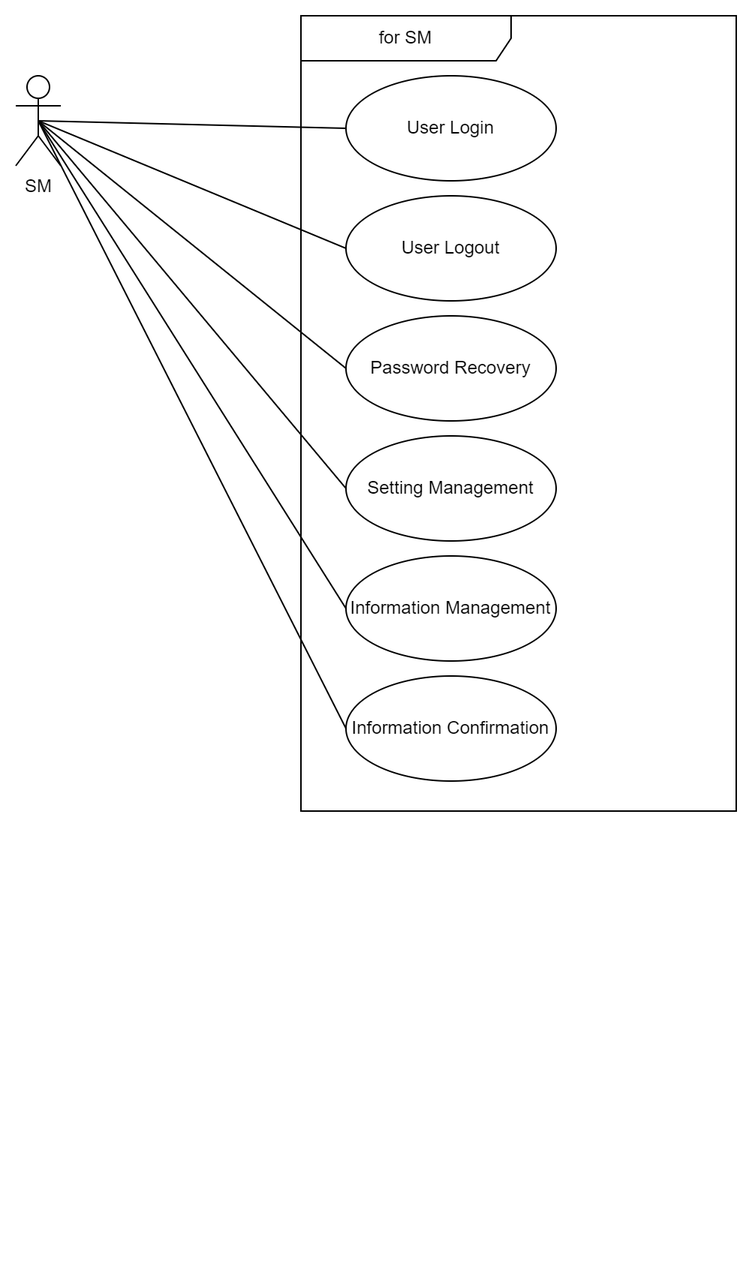
The draw.io diagram Documents/User Stories and Use Cases/image/SM-usecase.drawio.png in reo00ngee/attendance, before a commit. Source tidied: cells renumbered, new cells last; positions are measured from the earlier drawing's top-left corner, leaving out a move shared by most shapes. Source of this version:
```xml
<mxGraphModel>
  <root>
    <mxCell id="0" />
    <mxCell id="1" parent="0" />
    <mxCell id="2" value="SM" style="shape=umlActor;verticalLabelPosition=bottom;verticalAlign=top;html=1;" parent="1" vertex="1">
      <mxGeometry y="40" width="30" height="60" as="geometry" />
    </mxCell>
    <mxCell id="3" value="for SM" style="shape=umlFrame;whiteSpace=wrap;html=1;width=140;height=30;" parent="1" vertex="1">
      <mxGeometry x="190" width="290" height="530" as="geometry" />
    </mxCell>
    <mxCell id="4" value="User Login" style="ellipse;whiteSpace=wrap;html=1;" parent="1" vertex="1">
      <mxGeometry x="220" y="40" width="140" height="70" as="geometry" />
    </mxCell>
    <mxCell id="5" value="User Logout" style="ellipse;whiteSpace=wrap;html=1;" parent="1" vertex="1">
      <mxGeometry x="220" y="120" width="140" height="70" as="geometry" />
    </mxCell>
    <mxCell id="6" value="Password Recovery" style="ellipse;whiteSpace=wrap;html=1;" parent="1" vertex="1">
      <mxGeometry x="220" y="200" width="140" height="70" as="geometry" />
    </mxCell>
    <mxCell id="7" value="Setting Management" style="ellipse;whiteSpace=wrap;html=1;" parent="1" vertex="1">
      <mxGeometry x="220" y="280" width="140" height="70" as="geometry" />
    </mxCell>
    <mxCell id="8" value="Information Management" style="ellipse;whiteSpace=wrap;html=1;" parent="1" vertex="1">
      <mxGeometry x="220" y="360" width="140" height="70" as="geometry" />
    </mxCell>
    <mxCell id="9" style="endArrow=none;html=1;rounded=0;entryX=0;entryY=0.5;entryDx=0;entryDy=0;exitX=0.5;exitY=0.5;exitDx=0;exitDy=0;exitPerimeter=0;" parent="1" edge="1" source="2" target="4">
      <mxGeometry relative="1" as="geometry" />
    </mxCell>
    <mxCell id="10" style="endArrow=none;html=1;rounded=0;entryX=0.5;entryY=0.5;entryDx=0;entryDy=0;entryPerimeter=0;exitX=0;exitY=0.5;exitDx=0;exitDy=0;" parent="1" edge="1" source="5" target="2">
      <mxGeometry relative="1" as="geometry" />
    </mxCell>
    <mxCell id="11" style="endArrow=none;html=1;rounded=0;entryX=0.5;entryY=0.5;entryDx=0;entryDy=0;entryPerimeter=0;exitX=0;exitY=0.5;exitDx=0;exitDy=0;" parent="1" edge="1" source="6" target="2">
      <mxGeometry relative="1" as="geometry" />
    </mxCell>
    <mxCell id="12" style="endArrow=none;html=1;rounded=0;entryX=0.5;entryY=0.5;entryDx=0;entryDy=0;entryPerimeter=0;exitX=0;exitY=0.5;exitDx=0;exitDy=0;" parent="1" edge="1" source="7" target="2">
      <mxGeometry relative="1" as="geometry" />
    </mxCell>
    <mxCell id="13" style="endArrow=none;html=1;rounded=0;entryX=0.5;entryY=0.5;entryDx=0;entryDy=0;entryPerimeter=0;exitX=0;exitY=0.5;exitDx=0;exitDy=0;" parent="1" edge="1" source="8" target="2">
      <mxGeometry relative="1" as="geometry" />
    </mxCell>
    <mxCell id="14" style="edgeStyle=orthogonalEdgeStyle;rounded=0;orthogonalLoop=1;jettySize=auto;html=1;exitX=0.5;exitY=1;exitDx=0;exitDy=0;" parent="1" edge="1">
      <mxGeometry relative="1" as="geometry">
        <mxPoint x="310" y="820" as="sourcePoint" />
        <mxPoint x="310" y="820" as="targetPoint" />
      </mxGeometry>
    </mxCell>
    <mxCell id="15" value="Information Confirmation" style="ellipse;whiteSpace=wrap;html=1;" parent="1" vertex="1">
      <mxGeometry x="220" y="440" width="140" height="70" as="geometry" />
    </mxCell>
    <mxCell id="16" style="endArrow=none;html=1;rounded=0;entryX=0.5;entryY=0.5;entryDx=0;entryDy=0;entryPerimeter=0;exitX=0;exitY=0.5;exitDx=0;exitDy=0;" parent="1" edge="1" source="15" target="2">
      <mxGeometry relative="1" as="geometry" />
    </mxCell>
  </root>
</mxGraphModel>
```
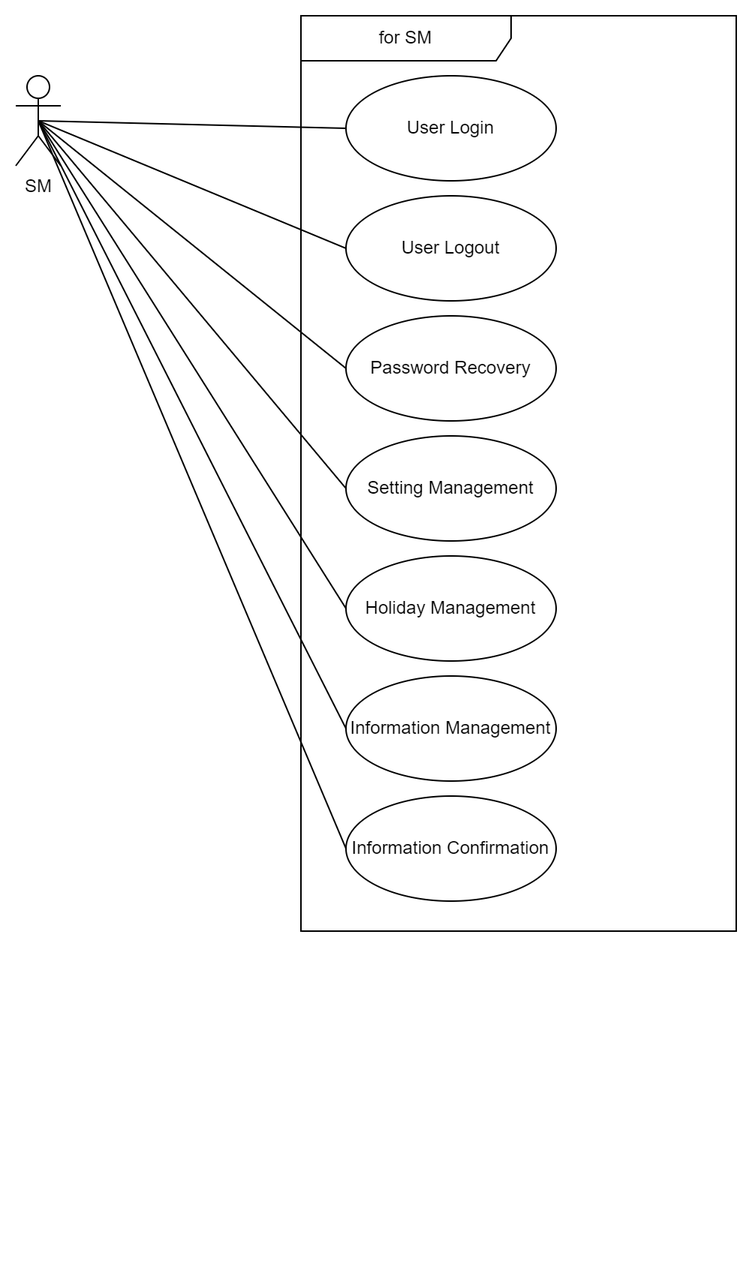
After the change.

The edit, as a diff of the source:
```diff
@@ -6,7 +6,7 @@
       <mxGeometry y="40" width="30" height="60" as="geometry" />
     </mxCell>
     <mxCell id="3" value="for SM" style="shape=umlFrame;whiteSpace=wrap;html=1;width=140;height=30;" parent="1" vertex="1">
-      <mxGeometry x="190" width="290" height="530" as="geometry" />
+      <mxGeometry x="190" width="290" height="610" as="geometry" />
     </mxCell>
     <mxCell id="4" value="User Login" style="ellipse;whiteSpace=wrap;html=1;" parent="1" vertex="1">
       <mxGeometry x="220" y="40" width="140" height="70" as="geometry" />
@@ -21,7 +21,7 @@
       <mxGeometry x="220" y="280" width="140" height="70" as="geometry" />
     </mxCell>
     <mxCell id="8" value="Information Management" style="ellipse;whiteSpace=wrap;html=1;" parent="1" vertex="1">
-      <mxGeometry x="220" y="360" width="140" height="70" as="geometry" />
+      <mxGeometry x="220" y="440" width="140" height="70" as="geometry" />
     </mxCell>
     <mxCell id="9" style="endArrow=none;html=1;rounded=0;entryX=0;entryY=0.5;entryDx=0;entryDy=0;exitX=0.5;exitY=0.5;exitDx=0;exitDy=0;exitPerimeter=0;" parent="1" edge="1" source="2" target="4">
       <mxGeometry relative="1" as="geometry" />
@@ -45,10 +45,16 @@
       </mxGeometry>
     </mxCell>
     <mxCell id="15" value="Information Confirmation" style="ellipse;whiteSpace=wrap;html=1;" parent="1" vertex="1">
-      <mxGeometry x="220" y="440" width="140" height="70" as="geometry" />
+      <mxGeometry x="220" y="520" width="140" height="70" as="geometry" />
     </mxCell>
     <mxCell id="16" style="endArrow=none;html=1;rounded=0;entryX=0.5;entryY=0.5;entryDx=0;entryDy=0;entryPerimeter=0;exitX=0;exitY=0.5;exitDx=0;exitDy=0;" parent="1" edge="1" source="15" target="2">
       <mxGeometry relative="1" as="geometry" />
     </mxCell>
+    <mxCell id="17" value="Holiday Management" style="ellipse;whiteSpace=wrap;html=1;" parent="1" vertex="1">
+      <mxGeometry x="220" y="360" width="140" height="70" as="geometry" />
+    </mxCell>
+    <mxCell id="18" style="endArrow=none;html=1;rounded=0;entryX=0.5;entryY=0.5;entryDx=0;entryDy=0;entryPerimeter=0;exitX=0;exitY=0.5;exitDx=0;exitDy=0;" parent="1" edge="1" source="17" target="2">
+      <mxGeometry relative="1" as="geometry" />
+    </mxCell>
   </root>
 </mxGraphModel>
```
